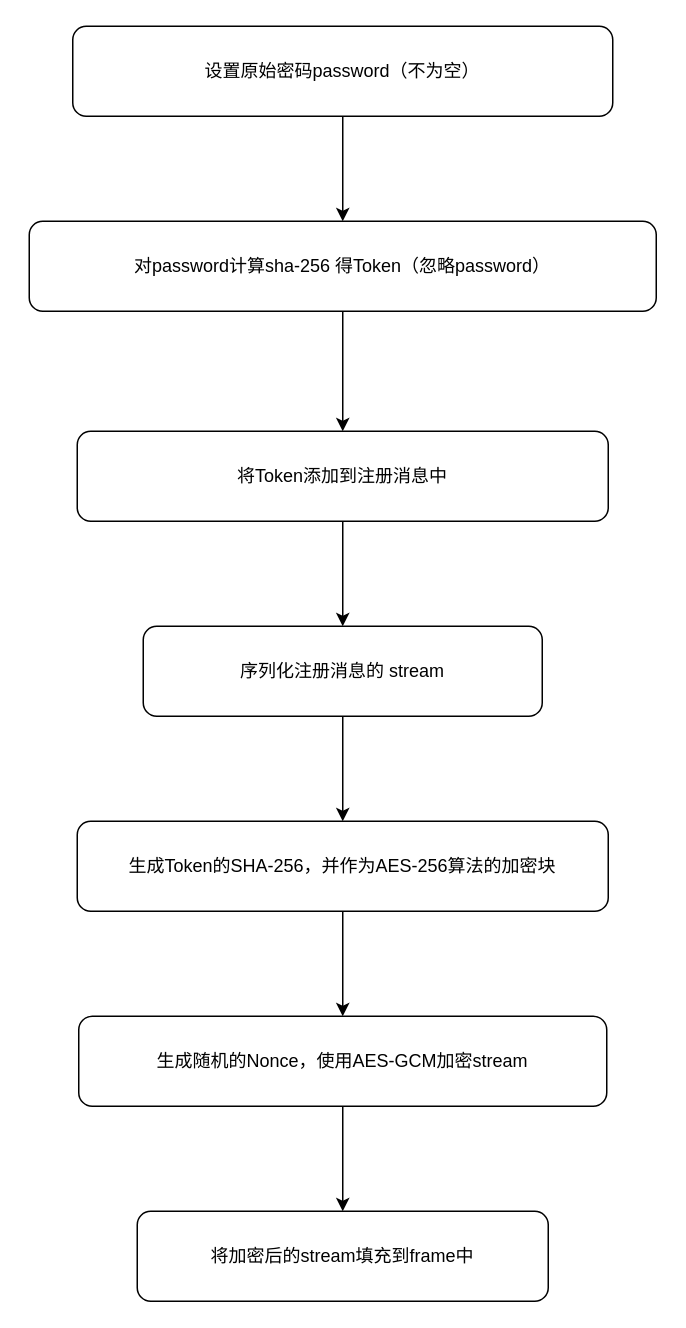
Earlier version of the draw.io diagram page "注册加密" (4 of 4) of docs/流程.drawio (Chendemo12/micromq). Source tidied: cells renumbered, new cells numbered last; positions are measured from the earlier drawing's top-left corner, leaving out a move shared by most shapes. Both pictures are drawn from the tidied source at 150%, with x=0, y=0 at pixel (28, 26).
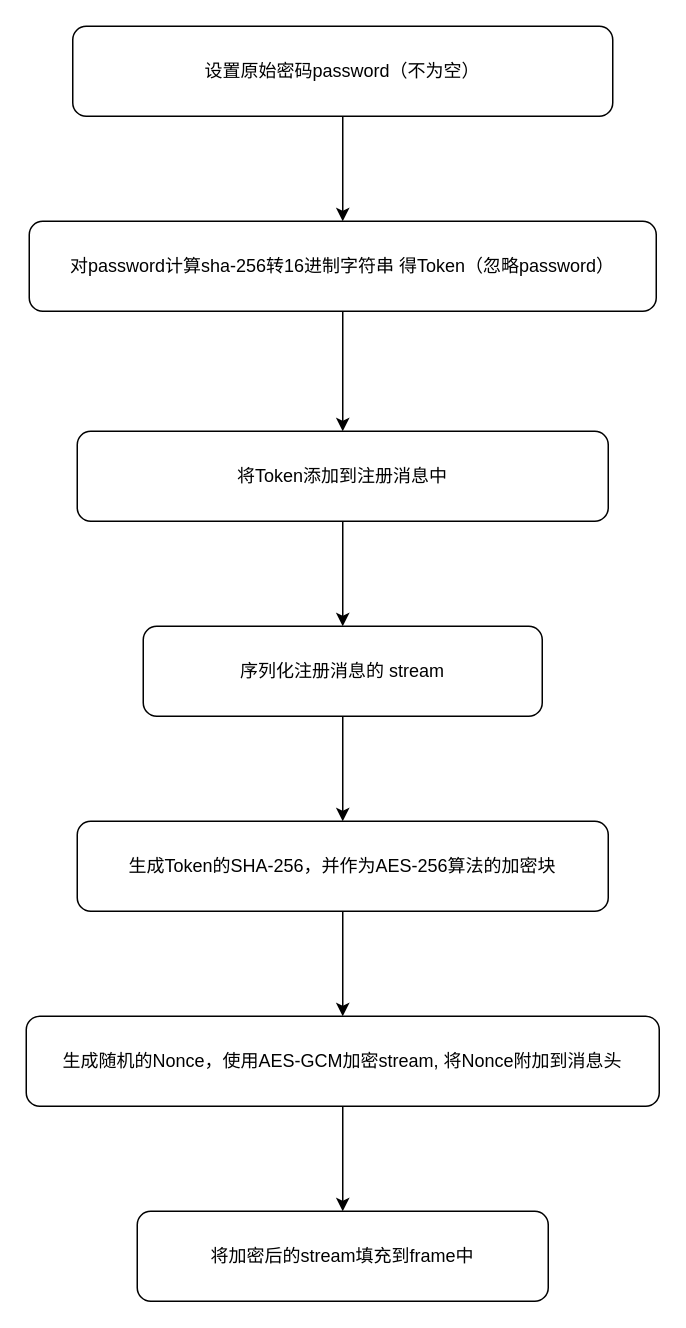
Above is the later version.

Diff of the diagram source:
```diff
@@
 <mxGraphModel>
   <root>
     <mxCell id="0" />
     <mxCell id="1" parent="0" />
     <mxCell id="2" style="edgeStyle=orthogonalEdgeStyle;rounded=0;jettySize=auto;html=1;" parent="1" edge="1" source="3" target="5">
       <mxGeometry relative="1" as="geometry" />
     </mxCell>
     <mxCell id="3" value="设置原始密码password（不为空）" style="rounded=1;whiteSpace=wrap;html=1;" parent="1" vertex="1">
       <mxGeometry x="29" width="360" height="60" as="geometry" />
     </mxCell>
     <mxCell id="4" style="edgeStyle=orthogonalEdgeStyle;rounded=0;jettySize=auto;html=1;" parent="1" edge="1" source="5" target="7">
       <mxGeometry relative="1" as="geometry" />
     </mxCell>
-    <mxCell id="5" value="对password计算sha-256 得Token（忽略password）" style="whiteSpace=wrap;html=1;rounded=1;" parent="1" vertex="1">
+    <mxCell id="5" value="对password计算sha-256转16进制字符串&amp;nbsp;得Token（忽略password）" style="whiteSpace=wrap;html=1;rounded=1;" parent="1" vertex="1">
       <mxGeometry y="130" width="418" height="60" as="geometry" />
     </mxCell>
     <mxCell id="6" style="edgeStyle=orthogonalEdgeStyle;rounded=0;jettySize=auto;html=1;" parent="1" edge="1" source="7" target="9">
       <mxGeometry relative="1" as="geometry" />
     </mxCell>
     <mxCell id="7" value="将Token添加到注册消息中" style="whiteSpace=wrap;html=1;rounded=1;" parent="1" vertex="1">
       <mxGeometry x="32" y="270" width="354" height="60" as="geometry" />
     </mxCell>
     <mxCell id="8" style="edgeStyle=orthogonalEdgeStyle;rounded=0;jettySize=auto;html=1;" parent="1" edge="1" source="9" target="11">
       <mxGeometry relative="1" as="geometry" />
     </mxCell>
     <mxCell id="9" value="序列化注册消息的 stream" style="whiteSpace=wrap;html=1;rounded=1;" parent="1" vertex="1">
       <mxGeometry x="76" y="400" width="266" height="60" as="geometry" />
     </mxCell>
     <mxCell id="10" style="edgeStyle=orthogonalEdgeStyle;rounded=0;jettySize=auto;html=1;" parent="1" edge="1" source="11" target="13">
       <mxGeometry relative="1" as="geometry" />
     </mxCell>
     <mxCell id="11" value="生成Token的SHA-256，并作为AES-256算法的加密块" style="whiteSpace=wrap;html=1;rounded=1;" parent="1" vertex="1">
       <mxGeometry x="32" y="530" width="354" height="60" as="geometry" />
     </mxCell>
     <mxCell id="12" style="edgeStyle=orthogonalEdgeStyle;rounded=0;jettySize=auto;html=1;" parent="1" edge="1" source="13" target="14">
       <mxGeometry relative="1" as="geometry" />
     </mxCell>
-    <mxCell id="13" value="&lt;div style=&quot;text-align: start;&quot;&gt;&lt;span style=&quot;background-color: initial;&quot;&gt;生成随机的Nonce，使用AES-GCM加密stream&lt;/span&gt;&lt;/div&gt;" style="whiteSpace=wrap;html=1;rounded=1;" parent="1" vertex="1">
-      <mxGeometry x="33" y="660" width="352" height="60" as="geometry" />
+    <mxCell id="13" value="&lt;div style=&quot;text-align: start;&quot;&gt;&lt;span style=&quot;background-color: initial;&quot;&gt;生成随机的Nonce，使用AES-GCM加密stream, 将Nonce附加到消息头&lt;/span&gt;&lt;/div&gt;" style="whiteSpace=wrap;html=1;rounded=1;" parent="1" vertex="1">
+      <mxGeometry x="-2" y="660" width="422" height="60" as="geometry" />
     </mxCell>
     <mxCell id="14" value="将加密后的stream填充到frame中" style="whiteSpace=wrap;html=1;rounded=1;" parent="1" vertex="1">
       <mxGeometry x="72" y="790" width="274" height="60" as="geometry" />
     </mxCell>
   </root>
 </mxGraphModel>
```
